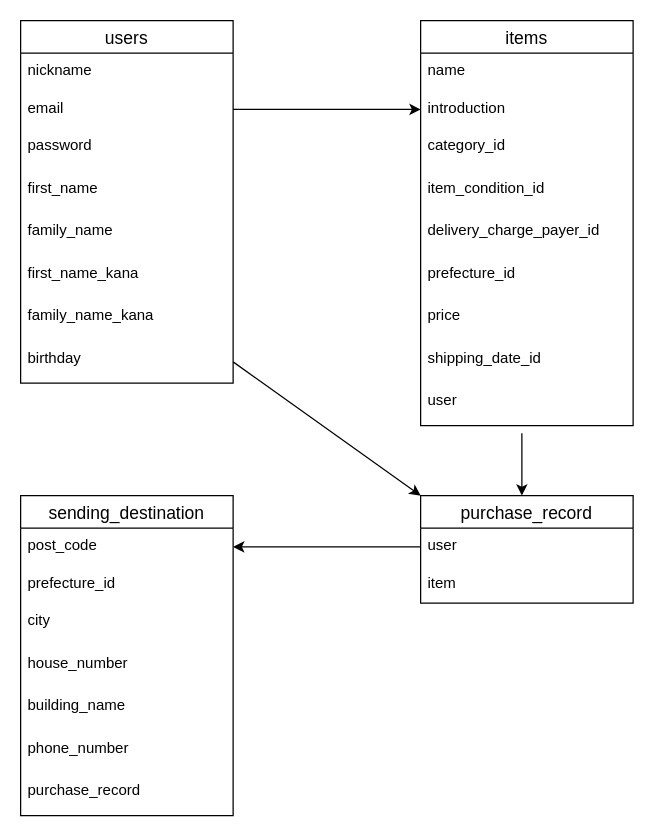
Earlier version of the draw.io diagram ER.dio (takuma703/furima-38232). Source tidied: cells renumbered, new cells numbered last; positions are measured from the earlier drawing's top-left corner, leaving out a move shared by most shapes. Both pictures are drawn from the tidied source at 125%, with x=0, y=0 at pixel (20, 20).
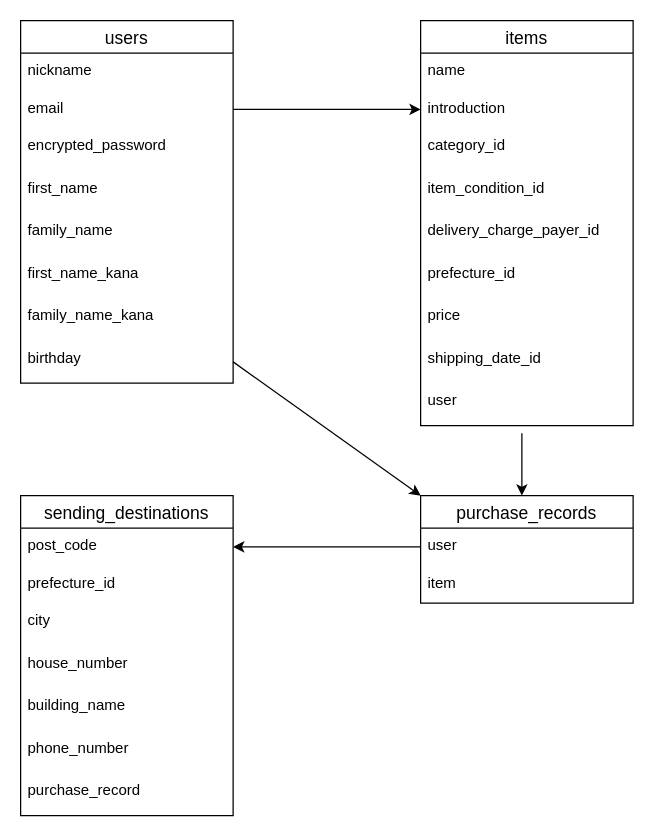
After the change.

Commit message (it also covers changes not shown here):
カラム名とテーブル名の修正

Unchanged cells that the change refers to:
```xml
<mxCell id="2" value="users" style="swimlane;fontStyle=0;horizontal=1;startSize=26;align=center;fontSize=14;direction=east;" parent="1" vertex="1">
  <mxGeometry width="170" height="290" as="geometry" />
</mxCell>
```

What changed in the source:
```diff
@@
-    <mxCell id="5" value="password&#10;" style="text;strokeColor=none;fillColor=none;spacingLeft=4;spacingRight=4;overflow=hidden;fontSize=12;" parent="2" vertex="1">
+    <mxCell id="5" value="encrypted_password" style="text;strokeColor=none;fillColor=none;spacingLeft=4;spacingRight=4;overflow=hidden;fontSize=12;" parent="2" vertex="1">
       <mxGeometry y="86" width="170" height="34" as="geometry" />
     </mxCell>
@@
-    <mxCell id="22" value="sending_destination" style="swimlane;fontStyle=0;horizontal=1;startSize=26;align=center;fontSize=14;direction=east;" parent="1" vertex="1">
+    <mxCell id="22" value="sending_destinations" style="swimlane;fontStyle=0;horizontal=1;startSize=26;align=center;fontSize=14;direction=east;" parent="1" vertex="1">
       <mxGeometry y="380" width="170" height="256" as="geometry" />
     </mxCell>
@@
-    <mxCell id="30" value="purchase_record" style="swimlane;fontStyle=0;horizontal=1;startSize=26;align=center;fontSize=14;direction=east;" parent="1" vertex="1">
+    <mxCell id="30" value="purchase_records" style="swimlane;fontStyle=0;horizontal=1;startSize=26;align=center;fontSize=14;direction=east;" parent="1" vertex="1">
       <mxGeometry x="320" y="380" width="170" height="86" as="geometry" />
     </mxCell>
```
